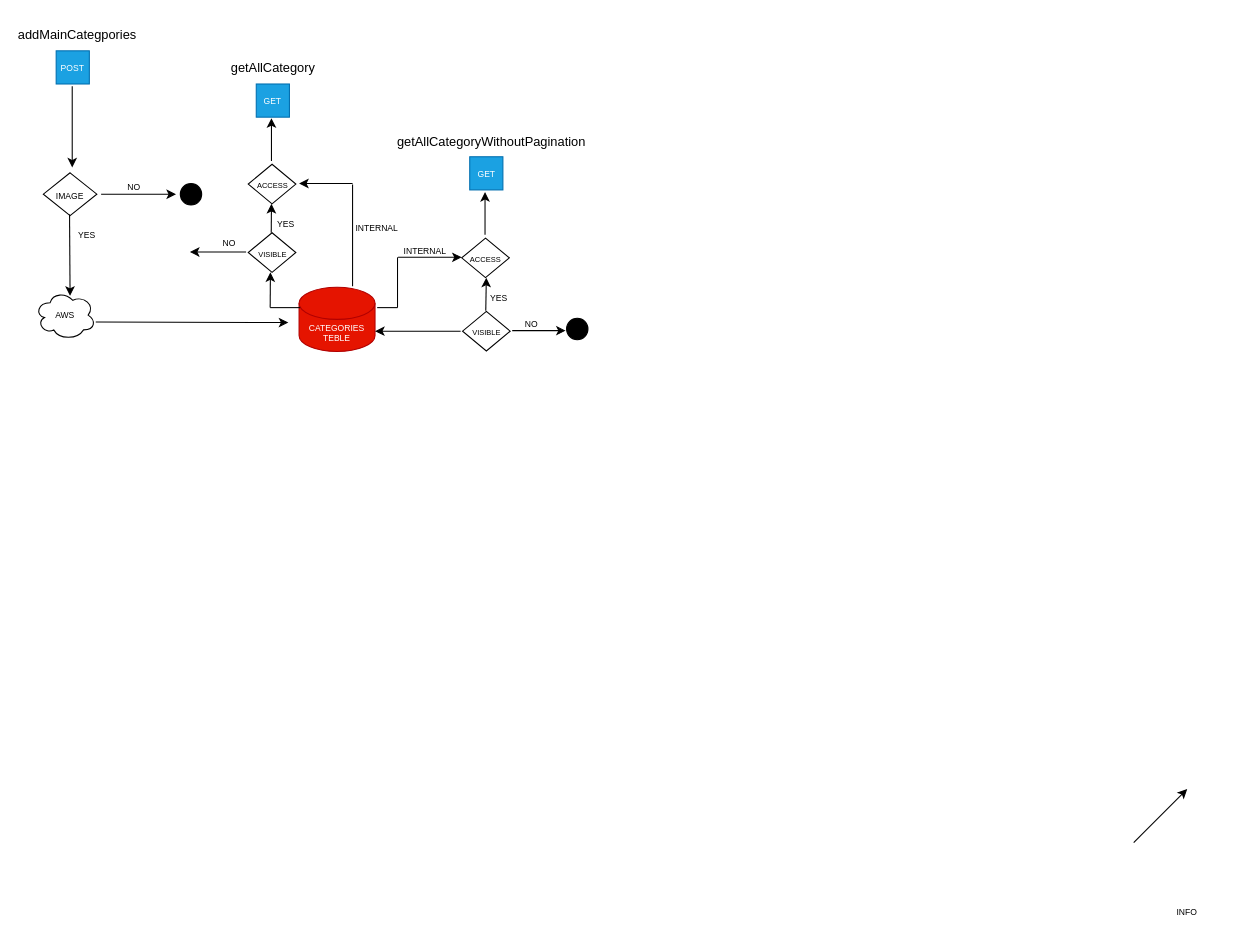
This is Untitled Diagram.drawio from ketdev-og/stackoverflow_test, a draw.io file, before an edit. Source tidied: cells renumbered, new cells numbered last; positions are measured from the earlier drawing's top-left corner, leaving out a move shared by most shapes. Both pictures are drawn from the tidied source at 107%, with x=0, y=0 at pixel (34, 18).
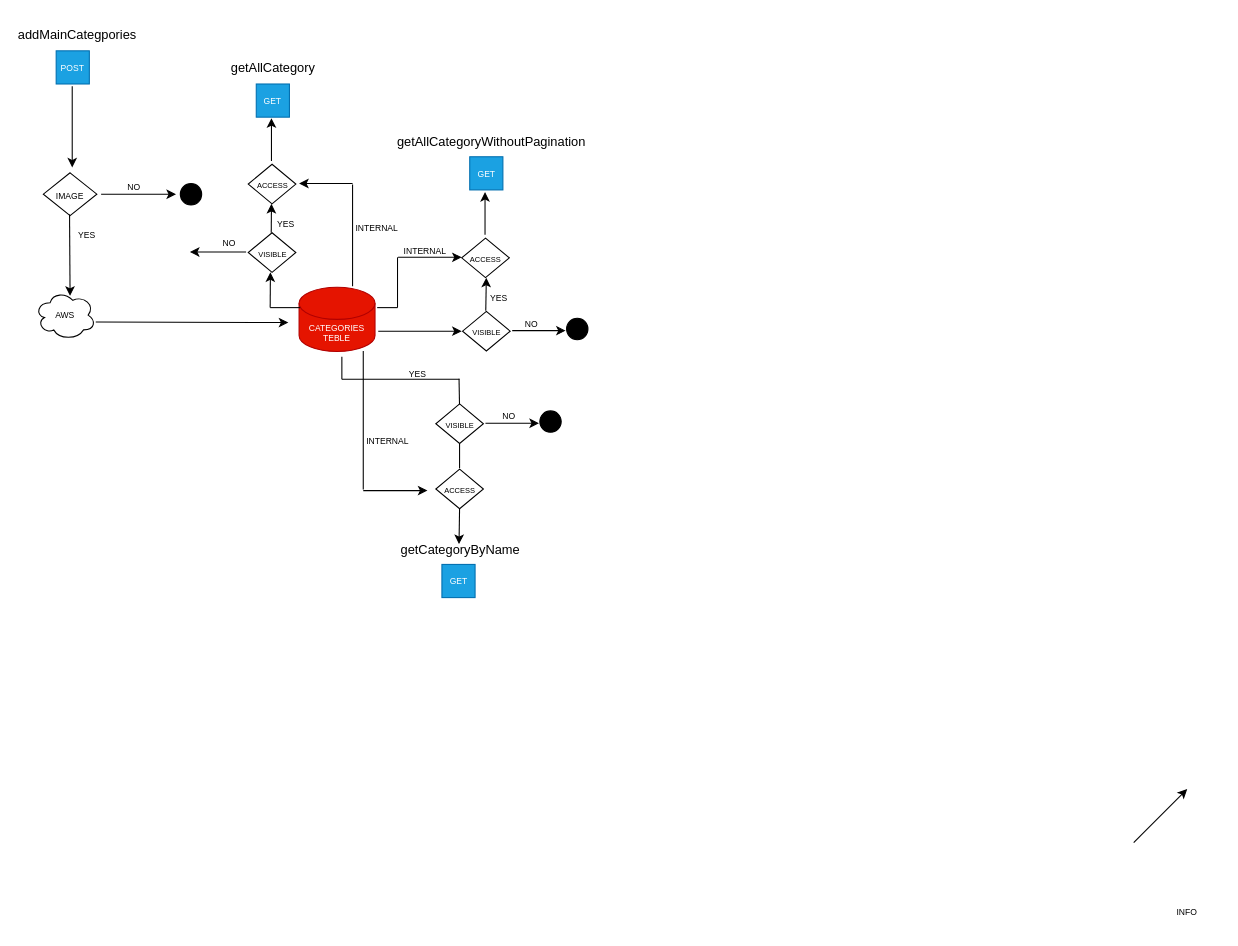
The same diagram, later.

Diff of the diagram source:
```diff
@@
     <mxCell id="45" style="endArrow=classic;html=1;rounded=0;fontSize=7;" parent="1" edge="1">
       <mxGeometry relative="1" as="geometry">
-        <mxPoint x="398" y="292" as="sourcePoint" />
-        <mxPoint x="318" y="292" as="targetPoint" />
+        <mxPoint x="321" y="292" as="sourcePoint" />
+        <mxPoint x="399" y="292" as="targetPoint" />
       </mxGeometry>
     </mxCell>
+    <mxCell id="46" value="GET" style="whiteSpace=wrap;html=1;fontSize=8;fillColor=#1ba1e2;fontColor=#ffffff;strokeColor=#006EAF;" parent="1" vertex="1">
+      <mxGeometry x="380.5" y="510" width="31" height="31" as="geometry" />
+    </mxCell>
+    <mxCell id="47" value="getCategoryByName" style="text;html=1;strokeColor=none;fillColor=none;align=center;verticalAlign=middle;whiteSpace=wrap;rounded=0;" parent="1" vertex="1">
+      <mxGeometry x="368" y="482" width="60" height="30" as="geometry" />
+    </mxCell>
+    <mxCell id="48" value="&lt;font style=&quot;font-size: 7px;&quot;&gt;ACCESS&lt;/font&gt;" style="rhombus;whiteSpace=wrap;html=1;" parent="1" vertex="1">
+      <mxGeometry x="374.8" y="421" width="44.5" height="37" as="geometry" />
+    </mxCell>
+    <mxCell id="49" style="endArrow=classic;html=1;rounded=0;fontSize=7;" parent="1" edge="1">
+      <mxGeometry relative="1" as="geometry">
+        <mxPoint x="397" y="458" as="sourcePoint" />
+        <mxPoint x="396.5" y="491" as="targetPoint" />
+      </mxGeometry>
+    </mxCell>
+    <mxCell id="50" style="endArrow=none;html=1;rounded=0;fontSize=7;" parent="1" edge="1">
+      <mxGeometry relative="1" as="geometry">
+        <mxPoint x="307" y="440" as="sourcePoint" />
+        <mxPoint x="307" y="310.5" as="targetPoint" />
+      </mxGeometry>
+    </mxCell>
+    <mxCell id="51" style="endArrow=classic;html=1;rounded=0;fontSize=7;" parent="1" edge="1">
+      <mxGeometry relative="1" as="geometry">
+        <mxPoint x="307" y="441" as="sourcePoint" />
+        <mxPoint x="367" y="441" as="targetPoint" />
+      </mxGeometry>
+    </mxCell>
+    <mxCell id="52" value="INTERNAL" style="text;html=1;strokeColor=none;fillColor=none;align=center;verticalAlign=middle;whiteSpace=wrap;rounded=0;fontSize=8;" parent="1" vertex="1">
+      <mxGeometry x="300" y="380" width="60" height="30" as="geometry" />
+    </mxCell>
+    <mxCell id="53" style="endArrow=none;html=1;rounded=0;fontSize=7;" parent="1" edge="1">
+      <mxGeometry relative="1" as="geometry">
+        <mxPoint x="287" y="337" as="sourcePoint" />
+        <mxPoint x="397" y="337" as="targetPoint" />
+      </mxGeometry>
+    </mxCell>
+    <mxCell id="54" style="endArrow=none;html=1;rounded=0;fontSize=7;" parent="1" edge="1">
+      <mxGeometry relative="1" as="geometry">
+        <mxPoint x="287" y="316" as="sourcePoint" />
+        <mxPoint x="287" y="337" as="targetPoint" />
+      </mxGeometry>
+    </mxCell>
+    <mxCell id="55" style="endArrow=none;html=1;rounded=0;fontSize=7;" parent="1" edge="1">
+      <mxGeometry relative="1" as="geometry">
+        <mxPoint x="396.5" y="336.5" as="sourcePoint" />
+        <mxPoint x="397" y="364" as="targetPoint" />
+      </mxGeometry>
+    </mxCell>
+    <mxCell id="56" value="&lt;span style=&quot;font-size: 7px;&quot;&gt;VISIBLE&lt;/span&gt;" style="rhombus;whiteSpace=wrap;html=1;" parent="1" vertex="1">
+      <mxGeometry x="374.8" y="360" width="44.5" height="37" as="geometry" />
+    </mxCell>
+    <mxCell id="57" style="endArrow=none;html=1;rounded=0;fontSize=7;" parent="1" edge="1">
+      <mxGeometry relative="1" as="geometry">
+        <mxPoint x="397" y="420" as="sourcePoint" />
+        <mxPoint x="397" y="397" as="targetPoint" />
+      </mxGeometry>
+    </mxCell>
+    <mxCell id="58" style="ellipse;whiteSpace=wrap;html=1;fontSize=8;fillColor=#000000;" parent="1" vertex="1">
+      <mxGeometry x="472" y="366.5" width="20" height="20" as="geometry" />
+    </mxCell>
+    <mxCell id="59" style="endArrow=classic;html=1;rounded=0;fontSize=7;" parent="1" edge="1">
+      <mxGeometry relative="1" as="geometry">
+        <mxPoint x="421.2" y="378" as="sourcePoint" />
+        <mxPoint x="471.2" y="378" as="targetPoint" />
+      </mxGeometry>
+    </mxCell>
+    <mxCell id="60" value="NO" style="text;html=1;strokeColor=none;fillColor=none;align=center;verticalAlign=middle;whiteSpace=wrap;rounded=0;fontSize=8;" parent="1" vertex="1">
+      <mxGeometry x="417.2" y="362" width="53" height="20" as="geometry" />
+    </mxCell>
+    <mxCell id="61" value="YES" style="text;html=1;strokeColor=none;fillColor=none;align=center;verticalAlign=middle;whiteSpace=wrap;rounded=0;fontSize=8;" parent="1" vertex="1">
+      <mxGeometry x="328" y="317" width="60" height="30" as="geometry" />
+    </mxCell>
```
